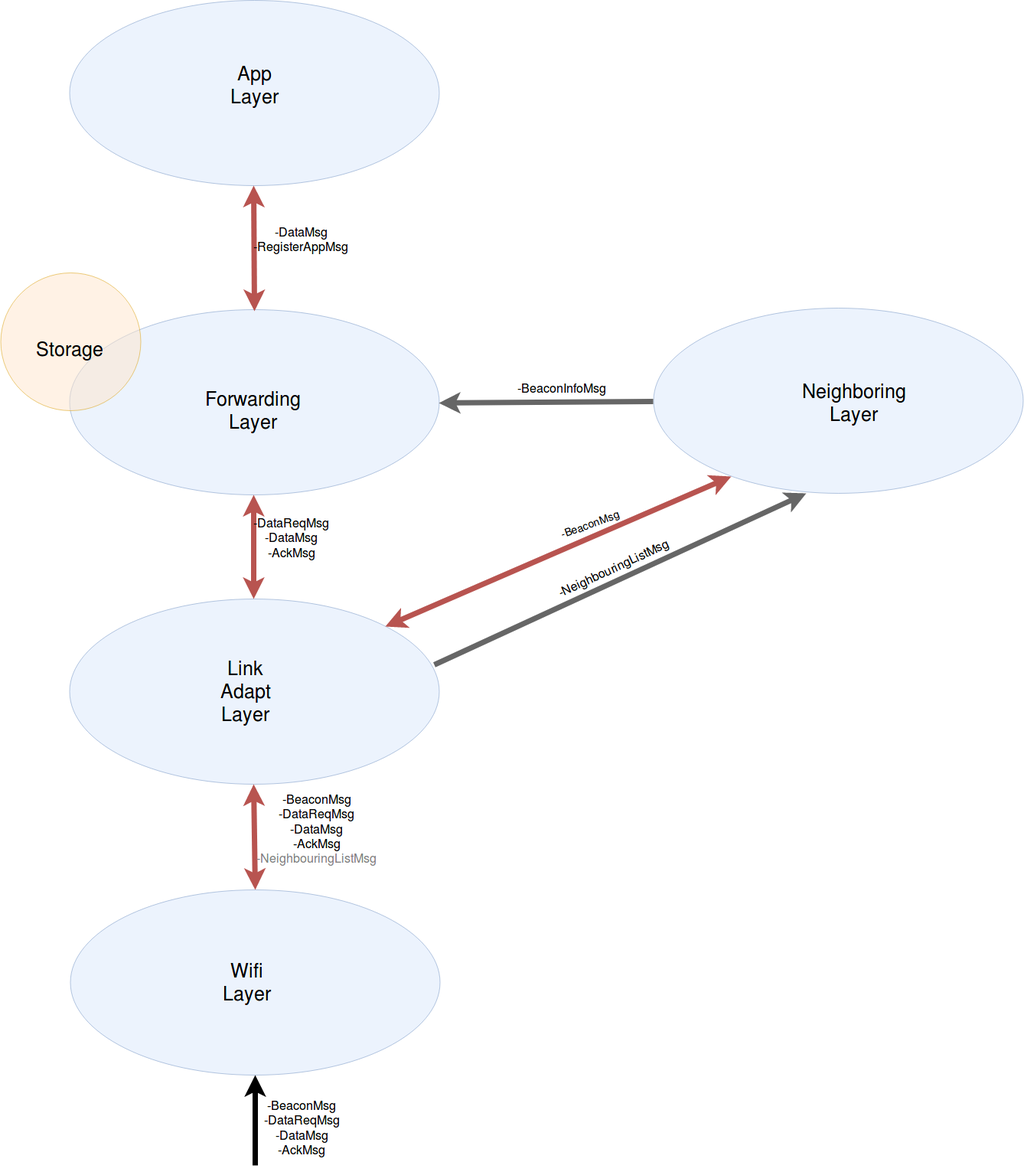
joaobcpatricio/OPAQS keeps this draw.io diagram as res/dataFlow.png. Above is the earlier version. Source tidied: cells renumbered, new cells last; positions are measured from the earlier drawing's top-left corner, leaving out a move shared by most shapes.
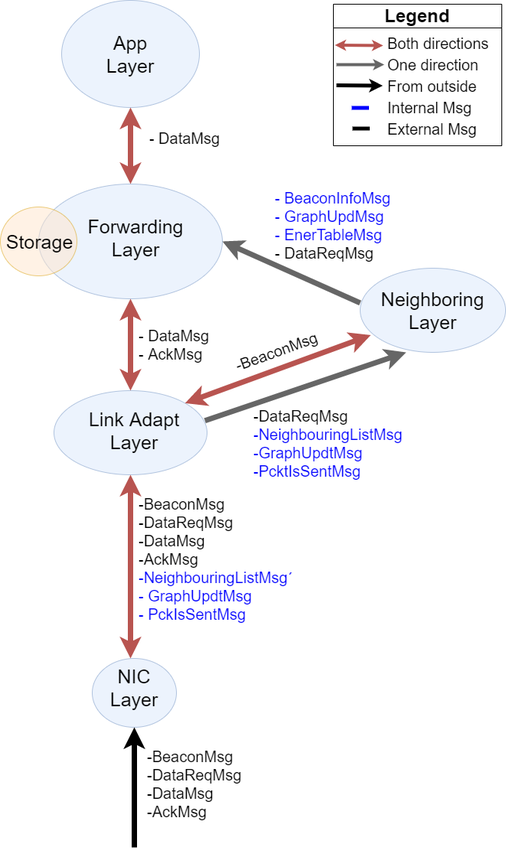
After the change.

What changed in the source:
```diff
@@ -3,86 +3,128 @@
     <mxCell id="0" style="html=1;" />
     <mxCell id="1" style="html=1;" parent="0" />
     <mxCell id="2" style="ellipse;whiteSpace=wrap;html=1;rounded=0;shadow=0;strokeWidth=1;fillColor=#dae8fc;fontSize=24;align=right;strokeColor=#6c8ebf;opacity=50;" parent="1" vertex="1">
-      <mxGeometry x="90" width="483" height="242" as="geometry" />
+      <mxGeometry x="243" y="82" width="180" height="140" as="geometry" />
     </mxCell>
     <mxCell id="3" style="ellipse;whiteSpace=wrap;html=1;rounded=0;shadow=0;strokeWidth=1;fillColor=#dae8fc;fontSize=24;align=right;strokeColor=#6c8ebf;opacity=50;" parent="1" vertex="1">
-      <mxGeometry x="90" y="404" width="483" height="242" as="geometry" />
+      <mxGeometry x="213" y="322" width="240" height="150" as="geometry" />
     </mxCell>
     <mxCell id="4" style="ellipse;whiteSpace=wrap;html=1;rounded=0;shadow=0;strokeWidth=1;fillColor=#dae8fc;fontSize=24;align=right;strokeColor=#6c8ebf;opacity=50;" parent="1" vertex="1">
-      <mxGeometry x="90" y="782" width="483" height="242" as="geometry" />
+      <mxGeometry x="233" y="592" width="200" height="110" as="geometry" />
     </mxCell>
     <mxCell id="5" style="ellipse;whiteSpace=wrap;html=1;rounded=0;shadow=0;strokeWidth=1;fillColor=#dae8fc;fontSize=24;align=right;strokeColor=#6c8ebf;opacity=50;" parent="1" vertex="1">
-      <mxGeometry x="853.5" y="402" width="483" height="242" as="geometry" />
+      <mxGeometry x="633" y="432" width="190" height="110" as="geometry" />
     </mxCell>
     <mxCell id="6" style="ellipse;whiteSpace=wrap;html=1;rounded=0;shadow=0;strokeWidth=1;fillColor=#ffe6cc;fontSize=24;align=right;strokeColor=#d79b00;opacity=50;" parent="1" vertex="1">
-      <mxGeometry y="356" width="183" height="180" as="geometry" />
+      <mxGeometry x="163" y="352" width="100" height="90" as="geometry" />
     </mxCell>
     <mxCell id="7" value="App Layer" style="text;html=1;strokeColor=none;fillColor=none;align=center;verticalAlign=middle;whiteSpace=wrap;rounded=0;fontSize=25;" parent="1" vertex="1">
-      <mxGeometry x="311.5" y="101" width="40" height="20" as="geometry" />
+      <mxGeometry x="313" y="142" width="40" height="20" as="geometry" />
     </mxCell>
     <mxCell id="8" value="Forwarding Layer" style="text;html=1;strokeColor=none;fillColor=none;align=center;verticalAlign=middle;whiteSpace=wrap;rounded=0;fontSize=25;" parent="1" vertex="1">
-      <mxGeometry x="310" y="526" width="40" height="20" as="geometry" />
+      <mxGeometry x="320" y="382" width="40" height="20" as="geometry" />
     </mxCell>
     <mxCell id="9" value="Storage" style="text;html=1;strokeColor=none;fillColor=none;align=center;verticalAlign=middle;whiteSpace=wrap;rounded=0;fontSize=25;" parent="1" vertex="1">
-      <mxGeometry x="70" y="446" width="40" height="20" as="geometry" />
+      <mxGeometry x="193" y="387" width="40" height="20" as="geometry" />
     </mxCell>
     <mxCell id="10" value="Neighboring Layer" style="text;html=1;strokeColor=none;fillColor=none;align=center;verticalAlign=middle;whiteSpace=wrap;rounded=0;fontSize=25;" parent="1" vertex="1">
-      <mxGeometry x="1095" y="516" width="40" height="20" as="geometry" />
+      <mxGeometry x="708" y="477" width="40" height="20" as="geometry" />
     </mxCell>
     <mxCell id="11" value="Link Adapt Layer" style="text;html=1;strokeColor=none;fillColor=none;align=center;verticalAlign=middle;whiteSpace=wrap;rounded=0;fontSize=25;" parent="1" vertex="1">
-      <mxGeometry x="300" y="893" width="40" height="20" as="geometry" />
+      <mxGeometry x="263" y="634" width="150" height="20" as="geometry" />
     </mxCell>
     <mxCell id="12" style="ellipse;whiteSpace=wrap;html=1;rounded=0;shadow=0;strokeWidth=1;fillColor=#dae8fc;fontSize=24;align=right;strokeColor=#6c8ebf;opacity=50;" parent="1" vertex="1">
-      <mxGeometry x="91.5" y="1162" width="483" height="242" as="geometry" />
+      <mxGeometry x="283" y="942" width="110" height="90" as="geometry" />
     </mxCell>
-    <mxCell id="13" value="Wifi Layer" style="text;html=1;strokeColor=none;fillColor=none;align=center;verticalAlign=middle;whiteSpace=wrap;rounded=0;fontSize=25;" parent="1" vertex="1">
-      <mxGeometry x="301.5" y="1273" width="40" height="20" as="geometry" />
+    <mxCell id="13" value="NIC Layer" style="text;html=1;strokeColor=none;fillColor=none;align=center;verticalAlign=middle;whiteSpace=wrap;rounded=0;fontSize=25;" parent="1" vertex="1">
+      <mxGeometry x="308" y="970" width="60" height="20" as="geometry" />
     </mxCell>
-    <mxCell id="14" style="endArrow=classic;startArrow=classic;html=1;fontSize=25;spacingRight=1;spacing=2;strokeWidth=7;fillColor=#f8cecc;strokeColor=#b85450;entryX=0.5;entryY=1;entryDx=0;entryDy=0;exitX=0.5;exitY=0;exitDx=0;exitDy=0;" parent="1" edge="1" source="12" target="4">
-      <mxGeometry relative="1" as="geometry" />
+    <mxCell id="14" style="endArrow=classic;startArrow=classic;html=1;fontSize=25;spacingRight=1;spacing=2;strokeWidth=7;fillColor=#f8cecc;strokeColor=#b85450;entryX=0.5;entryY=1;entryDx=0;entryDy=0;" parent="1" edge="1" target="4">
+      <mxGeometry relative="1" as="geometry">
+        <mxPoint x="333" y="942" as="sourcePoint" />
+      </mxGeometry>
     </mxCell>
-    <mxCell id="15" value="&lt;div style=&quot;font-size: 16px&quot;&gt;&lt;font style=&quot;font-size: 16px&quot;&gt;-BeaconMsg&lt;/font&gt;&lt;/div&gt;&lt;div style=&quot;font-size: 16px&quot;&gt;&lt;font style=&quot;font-size: 16px&quot;&gt;-DataReqMsg&lt;/font&gt;&lt;/div&gt;&lt;div style=&quot;font-size: 16px&quot;&gt;&lt;font style=&quot;font-size: 16px&quot;&gt;-DataMsg&lt;/font&gt;&lt;/div&gt;&lt;div style=&quot;font-size: 16px&quot;&gt;&lt;font style=&quot;font-size: 16px&quot;&gt;-AckMsg&lt;/font&gt;&lt;/div&gt;&lt;div style=&quot;font-size: 16px&quot;&gt;&lt;font style=&quot;font-size: 16px&quot;&gt;&lt;font style=&quot;font-size: 16px&quot; color=&quot;#808080&quot;&gt;-NeighbouringListMsg&lt;/font&gt;&lt;br&gt;&lt;/font&gt;&lt;/div&gt;" style="text;html=1;strokeColor=none;fillColor=none;align=center;verticalAlign=middle;whiteSpace=wrap;rounded=0;" parent="1" vertex="1">
-      <mxGeometry x="393" y="1072" width="40" height="20" as="geometry" />
+    <mxCell id="15" value="&lt;div style=&quot;font-size: 20px&quot;&gt;&lt;font style=&quot;font-size: 20px&quot;&gt;-BeaconMsg&lt;/font&gt;&lt;/div&gt;&lt;div style=&quot;font-size: 20px&quot;&gt;&lt;font style=&quot;font-size: 20px&quot;&gt;-DataReqMsg&lt;/font&gt;&lt;/div&gt;&lt;div style=&quot;font-size: 20px&quot;&gt;&lt;font style=&quot;font-size: 20px&quot;&gt;-DataMsg&lt;/font&gt;&lt;/div&gt;&lt;div style=&quot;font-size: 20px&quot;&gt;&lt;font style=&quot;font-size: 20px&quot;&gt;-AckMsg&lt;/font&gt;&lt;/div&gt;&lt;div style=&quot;font-size: 20px&quot;&gt;&lt;font style=&quot;font-size: 20px&quot; color=&quot;#0000ff&quot;&gt;&lt;font style=&quot;font-size: 20px&quot;&gt;-NeighbouringListMsg´&lt;/font&gt;&lt;br&gt;&lt;/font&gt;&lt;/div&gt;&lt;div style=&quot;font-size: 20px&quot;&gt;&lt;font style=&quot;font-size: 20px&quot;&gt;&lt;font style=&quot;font-size: 20px&quot; color=&quot;#0000ff&quot;&gt;- GraphUpdtMsg&lt;/font&gt;&lt;/font&gt;&lt;/div&gt;&lt;div style=&quot;font-size: 20px&quot;&gt;&lt;font style=&quot;font-size: 20px&quot;&gt;&lt;font style=&quot;font-size: 20px&quot; color=&quot;#0000ff&quot;&gt;- PckIsSentMsg&lt;/font&gt;&lt;/font&gt;&lt;/div&gt;" style="text;html=1;strokeColor=none;fillColor=none;align=left;verticalAlign=middle;whiteSpace=wrap;rounded=0;" parent="1" vertex="1">
+      <mxGeometry x="341.5" y="712" width="250" height="200" as="geometry" />
     </mxCell>
-    <mxCell id="16" style="endArrow=classic;startArrow=classic;html=1;strokeWidth=7;fontSize=25;exitX=1;exitY=0;exitDx=0;exitDy=0;entryX=0.212;entryY=0.91;entryDx=0;entryDy=0;fillColor=#f8cecc;strokeColor=#b85450;entryPerimeter=0;" parent="1" edge="1" source="4" target="5">
+    <mxCell id="16" style="endArrow=classic;startArrow=classic;html=1;strokeWidth=7;fontSize=25;exitX=1;exitY=0;exitDx=0;exitDy=0;entryX=0.073;entryY=0.795;entryDx=0;entryDy=0;fillColor=#f8cecc;strokeColor=#b85450;entryPerimeter=0;" parent="1" edge="1" source="4" target="5">
       <mxGeometry relative="1" as="geometry" />
     </mxCell>
-    <mxCell id="17" value="&lt;div style=&quot;font-size: 14px&quot;&gt;&lt;font style=&quot;font-size: 14px&quot;&gt;-BeaconMsg&lt;/font&gt;&lt;/div&gt;&lt;div style=&quot;font-size: 14px&quot;&gt;&lt;font style=&quot;font-size: 14px&quot;&gt;&lt;br&gt;&lt;/font&gt;&lt;/div&gt;" style="text;html=1;strokeColor=none;fillColor=none;align=center;verticalAlign=middle;whiteSpace=wrap;rounded=0;rotation=-20;" parent="1" vertex="1">
-      <mxGeometry x="753" y="681.8" width="40" height="20" as="geometry" />
+    <mxCell id="17" value="&lt;div style=&quot;font-size: 20px&quot;&gt;&lt;font style=&quot;font-size: 20px&quot;&gt;-BeaconMsg&lt;/font&gt;&lt;/div&gt;&lt;div style=&quot;font-size: 20px&quot;&gt;&lt;font style=&quot;font-size: 20px&quot;&gt;&lt;br&gt;&lt;/font&gt;&lt;/div&gt;" style="text;html=1;strokeColor=none;fillColor=none;align=center;verticalAlign=middle;whiteSpace=wrap;rounded=0;rotation=-20;" parent="1" vertex="1">
+      <mxGeometry x="453" y="542" width="148" height="20" as="geometry" />
     </mxCell>
-    <mxCell id="18" style="endArrow=classic;html=1;strokeWidth=7;fontSize=25;exitX=0.986;exitY=0.357;exitDx=0;exitDy=0;fillColor=#f5f5f5;strokeColor=#666666;exitPerimeter=0;entryX=0.412;entryY=1.001;entryDx=0;entryDy=0;entryPerimeter=0;" parent="1" edge="1" source="4" target="5">
-      <mxGeometry relative="1" as="geometry" />
+    <mxCell id="18" style="endArrow=classic;html=1;strokeWidth=7;fontSize=25;exitX=0.986;exitY=0.357;exitDx=0;exitDy=0;fillColor=#f5f5f5;strokeColor=#666666;exitPerimeter=0;" parent="1" edge="1" source="4">
+      <mxGeometry relative="1" as="geometry">
+        <mxPoint x="693" y="542" as="targetPoint" />
+      </mxGeometry>
     </mxCell>
-    <mxCell id="19" value="&lt;font style=&quot;font-size: 16px&quot;&gt;-NeighbouringListMsg&lt;/font&gt;" style="text;html=1;strokeColor=none;fillColor=none;align=center;verticalAlign=middle;whiteSpace=wrap;rounded=0;rotation=-25;" parent="1" vertex="1">
-      <mxGeometry x="780" y="731.8" width="40" height="20" as="geometry" />
+    <mxCell id="19" value="&lt;font style=&quot;font-size: 20px&quot;&gt;-DataReqMsg&lt;br&gt;&lt;font color=&quot;#0000ff&quot;&gt;-NeighbouringListMsg&lt;br&gt;-GraphUpdtMsg&lt;br&gt;-PcktIsSentMsg&lt;/font&gt;&lt;br&gt;&lt;/font&gt;" style="text;html=1;strokeColor=none;fillColor=none;align=left;verticalAlign=middle;whiteSpace=wrap;rounded=0;rotation=0;" parent="1" vertex="1">
+      <mxGeometry x="492" y="609" width="216" height="103" as="geometry" />
     </mxCell>
-    <mxCell id="20" style="endArrow=classic;html=1;strokeWidth=7;fontSize=25;exitX=0;exitY=0.5;exitDx=0;exitDy=0;entryX=1;entryY=0.5;entryDx=0;entryDy=0;fillColor=#f5f5f5;strokeColor=#666666;" parent="1" edge="1" source="5" target="3">
+    <mxCell id="20" style="endArrow=classic;html=1;strokeWidth=7;fontSize=25;entryX=1;entryY=0.5;entryDx=0;entryDy=0;fillColor=#f5f5f5;strokeColor=#666666;exitX=0;exitY=0.413;exitDx=0;exitDy=0;exitPerimeter=0;" parent="1" edge="1" source="5" target="3">
       <mxGeometry relative="1" as="geometry" />
     </mxCell>
-    <mxCell id="21" value="&lt;div style=&quot;font-size: 16px&quot;&gt;&lt;font style=&quot;font-size: 16px&quot;&gt;-BeaconInfoMsg&lt;/font&gt;&lt;/div&gt;&lt;div style=&quot;font-size: 16px&quot;&gt;&lt;font style=&quot;font-size: 16px&quot;&gt;&lt;br&gt;&lt;/font&gt;&lt;/div&gt;" style="text;html=1;strokeColor=none;fillColor=none;align=center;verticalAlign=middle;whiteSpace=wrap;rounded=0;" parent="1" vertex="1">
-      <mxGeometry x="713" y="505.8" width="40" height="20" as="geometry" />
+    <mxCell id="21" value="&lt;div style=&quot;font-size: 20px&quot;&gt;&lt;font style=&quot;font-size: 20px&quot; color=&quot;#0000ff&quot;&gt;- BeaconInfoMsg&lt;/font&gt;&lt;/div&gt;&lt;div style=&quot;font-size: 20px&quot;&gt;&lt;font style=&quot;font-size: 20px&quot; color=&quot;#0000ff&quot;&gt;- GraphUpdMsg&lt;/font&gt;&lt;/div&gt;&lt;div style=&quot;font-size: 20px&quot;&gt;&lt;font style=&quot;font-size: 20px&quot; color=&quot;#0000ff&quot;&gt;- EnerTableMsg&lt;/font&gt;&lt;/div&gt;&lt;div style=&quot;font-size: 20px&quot;&gt;&lt;font style=&quot;font-size: 20px&quot;&gt;- DataReqMsg&lt;br&gt;&lt;/font&gt;&lt;/div&gt;" style="text;html=1;strokeColor=none;fillColor=none;align=left;verticalAlign=middle;whiteSpace=wrap;rounded=0;" parent="1" vertex="1">
+      <mxGeometry x="520" y="320" width="234" height="112" as="geometry" />
     </mxCell>
-    <mxCell id="22" style="endArrow=classic;startArrow=classic;html=1;strokeWidth=7;fontSize=25;exitX=0.5;exitY=0;exitDx=0;exitDy=0;entryX=0.5;entryY=1;entryDx=0;entryDy=0;fillColor=#f8cecc;strokeColor=#b85450;" parent="1" edge="1" source="4" target="3">
-      <mxGeometry relative="1" as="geometry" />
+    <mxCell id="22" style="endArrow=classic;startArrow=classic;html=1;strokeWidth=7;fontSize=25;entryX=0.5;entryY=1;entryDx=0;entryDy=0;fillColor=#f8cecc;strokeColor=#b85450;" parent="1" edge="1" target="3">
+      <mxGeometry relative="1" as="geometry">
+        <mxPoint x="333" y="592" as="sourcePoint" />
+      </mxGeometry>
     </mxCell>
-    <mxCell id="23" value="&lt;div style=&quot;font-size: 16px&quot;&gt;&lt;font style=&quot;font-size: 16px&quot;&gt;-DataReqMsg&lt;br&gt;&lt;/font&gt;&lt;/div&gt;&lt;div style=&quot;font-size: 16px&quot;&gt;&lt;font style=&quot;font-size: 16px&quot;&gt;-DataMsg&lt;/font&gt;&lt;/div&gt;&lt;div style=&quot;font-size: 16px&quot;&gt;&lt;font style=&quot;font-size: 16px&quot;&gt;-AckMsg&lt;br&gt;&lt;/font&gt;&lt;/div&gt;" style="text;html=1;strokeColor=none;fillColor=none;align=center;verticalAlign=middle;whiteSpace=wrap;rounded=0;" parent="1" vertex="1">
-      <mxGeometry x="360" y="691.8" width="40" height="20" as="geometry" />
+    <mxCell id="23" value="&lt;div style=&quot;font-size: 20px&quot;&gt;&lt;span&gt;- DataMsg&lt;/span&gt;&lt;br&gt;&lt;/div&gt;&lt;div style=&quot;font-size: 20px&quot;&gt;&lt;font style=&quot;font-size: 20px&quot;&gt;&lt;font style=&quot;font-size: 20px&quot;&gt;- AckMsg&lt;/font&gt;&lt;br&gt;&lt;/font&gt;&lt;/div&gt;" style="text;html=1;strokeColor=none;fillColor=none;align=left;verticalAlign=middle;whiteSpace=wrap;rounded=0;" parent="1" vertex="1">
+      <mxGeometry x="341.5" y="522" width="193" height="20" as="geometry" />
     </mxCell>
     <mxCell id="24" style="endArrow=classic;startArrow=classic;html=1;strokeWidth=7;fontSize=25;entryX=0.5;entryY=1;entryDx=0;entryDy=0;fillColor=#f8cecc;strokeColor=#b85450;" parent="1" edge="1" target="2">
       <mxGeometry relative="1" as="geometry">
-        <mxPoint x="332" y="406" as="sourcePoint" />
+        <mxPoint x="333" y="322" as="sourcePoint" />
       </mxGeometry>
     </mxCell>
-    <mxCell id="25" value="&lt;div style=&quot;font-size: 16px&quot;&gt;&lt;font style=&quot;font-size: 16px&quot;&gt;-DataMsg&lt;/font&gt;&lt;/div&gt;&lt;div style=&quot;font-size: 16px&quot;&gt;&lt;font style=&quot;font-size: 16px&quot;&gt;-RegisterAppMsg&lt;br&gt;&lt;/font&gt;&lt;/div&gt;" style="text;html=1;strokeColor=none;fillColor=none;align=center;verticalAlign=middle;whiteSpace=wrap;rounded=0;" parent="1" vertex="1">
-      <mxGeometry x="373" y="301.8" width="40" height="20" as="geometry" />
+    <mxCell id="25" value="&lt;div&gt;&lt;font style=&quot;font-size: 20px&quot;&gt;- DataMsg&lt;/font&gt;&lt;/div&gt;" style="text;html=1;strokeColor=none;fillColor=none;align=center;verticalAlign=middle;whiteSpace=wrap;rounded=0;" parent="1" vertex="1">
+      <mxGeometry x="353" y="252" width="100" height="20" as="geometry" />
     </mxCell>
-    <mxCell id="26" style="endArrow=classic;html=1;strokeWidth=7;fontSize=25;entryX=0.5;entryY=1;entryDx=0;entryDy=0;" parent="1" edge="1" target="12">
+    <mxCell id="26" style="endArrow=classic;html=1;strokeWidth=7;fontSize=25;entryX=0.5;entryY=1;entryDx=0;entryDy=0;startArrow=none;startFill=0;" parent="1" edge="1" target="12">
       <mxGeometry relative="1" as="geometry">
-        <mxPoint x="333" y="1522" as="sourcePoint" />
+        <mxPoint x="338" y="1189" as="sourcePoint" />
       </mxGeometry>
     </mxCell>
-    <mxCell id="27" value="&lt;div style=&quot;font-size: 16px&quot;&gt;&lt;font style=&quot;font-size: 16px&quot;&gt;-BeaconMsg&lt;/font&gt;&lt;/div&gt;&lt;div style=&quot;font-size: 16px&quot;&gt;&lt;font style=&quot;font-size: 16px&quot;&gt;-DataReqMsg&lt;/font&gt;&lt;/div&gt;&lt;div style=&quot;font-size: 16px&quot;&gt;&lt;font style=&quot;font-size: 16px&quot;&gt;-DataMsg&lt;/font&gt;&lt;/div&gt;&lt;div style=&quot;font-size: 16px&quot;&gt;&lt;font style=&quot;font-size: 16px&quot;&gt;-AckMsg&lt;/font&gt;&lt;/div&gt;" style="text;html=1;strokeColor=none;fillColor=none;align=center;verticalAlign=middle;whiteSpace=wrap;rounded=0;" parent="1" vertex="1">
-      <mxGeometry x="373" y="1462" width="40" height="20" as="geometry" />
+    <mxCell id="27" value="&lt;div style=&quot;font-size: 20px&quot;&gt;&lt;font style=&quot;font-size: 20px&quot;&gt;-BeaconMsg&lt;/font&gt;&lt;/div&gt;&lt;div style=&quot;font-size: 20px&quot;&gt;&lt;font style=&quot;font-size: 20px&quot;&gt;-DataReqMsg&lt;/font&gt;&lt;/div&gt;&lt;div style=&quot;font-size: 20px&quot;&gt;&lt;font style=&quot;font-size: 20px&quot;&gt;-DataMsg&lt;/font&gt;&lt;/div&gt;&lt;div style=&quot;font-size: 20px&quot;&gt;&lt;font style=&quot;font-size: 20px&quot;&gt;-AckMsg&lt;/font&gt;&lt;/div&gt;" style="text;html=1;strokeColor=none;fillColor=none;align=left;verticalAlign=middle;whiteSpace=wrap;rounded=0;" parent="1" vertex="1">
+      <mxGeometry x="353" y="1053.5" width="137" height="104" as="geometry" />
     </mxCell>
+    <mxCell id="28" value="&lt;font style=&quot;font-size: 24px&quot;&gt;Legend&lt;/font&gt;" style="swimlane;html=1;startSize=31;horizontal=1;containerType=tree;" parent="1" vertex="1">
+      <mxGeometry x="598" y="87" width="220" height="185" as="geometry" />
+    </mxCell>
+    <mxCell id="29" style="endArrow=classic;startArrow=classic;html=1;strokeWidth=4;fontSize=25;fillColor=#f8cecc;strokeColor=#b85450;startSize=2;endSize=2;jumpSize=5;" parent="28" edge="1">
+      <mxGeometry relative="1" as="geometry">
+        <mxPoint x="2" y="53.5" as="sourcePoint" />
+        <mxPoint x="65" y="54" as="targetPoint" />
+      </mxGeometry>
+    </mxCell>
+    <mxCell id="30" style="endArrow=classic;html=1;strokeWidth=4;fontSize=25;fillColor=#f5f5f5;strokeColor=#666666;startSize=2;endSize=2;" parent="28" edge="1">
+      <mxGeometry relative="1" as="geometry">
+        <mxPoint x="4" y="79" as="sourcePoint" />
+        <mxPoint x="66.5" y="79" as="targetPoint" />
+      </mxGeometry>
+    </mxCell>
+    <mxCell id="31" style="endArrow=classic;html=1;strokeWidth=5;fontSize=25;startSize=2;endSize=2;startArrow=none;startFill=0;" parent="28" edge="1">
+      <mxGeometry relative="1" as="geometry">
+        <mxPoint x="4" y="106" as="sourcePoint" />
+        <mxPoint x="64.5" y="106.5" as="targetPoint" />
+      </mxGeometry>
+    </mxCell>
+    <mxCell id="32" value="&lt;font style=&quot;font-size: 20px&quot;&gt;&lt;span style=&quot;font-weight: normal&quot;&gt;Both directions&lt;br&gt;One direction&lt;br&gt;From outside&lt;br&gt;Internal Msg&lt;br&gt;External Msg&lt;/span&gt;&lt;br&gt;&lt;/font&gt;" style="text;strokeColor=none;fillColor=none;html=1;fontSize=24;fontStyle=1;verticalAlign=middle;align=left;" parent="28" vertex="1">
+      <mxGeometry x="69" y="32" width="151" height="148" as="geometry" />
+    </mxCell>
+    <mxCell id="33" style="endArrow=none;html=1;strokeWidth=5;" parent="28" edge="1">
+      <mxGeometry relative="1" as="geometry">
+        <mxPoint x="25" y="162.5" as="sourcePoint" />
+        <mxPoint x="47.5" y="162.5" as="targetPoint" />
+      </mxGeometry>
+    </mxCell>
+    <mxCell id="34" style="endArrow=none;html=1;strokeWidth=5;strokeColor=#0000FF;" parent="28" edge="1">
+      <mxGeometry relative="1" as="geometry">
+        <mxPoint x="24" y="135.5" as="sourcePoint" />
+        <mxPoint x="46.5" y="135.5" as="targetPoint" />
+      </mxGeometry>
+    </mxCell>
   </root>
 </mxGraphModel>
```
